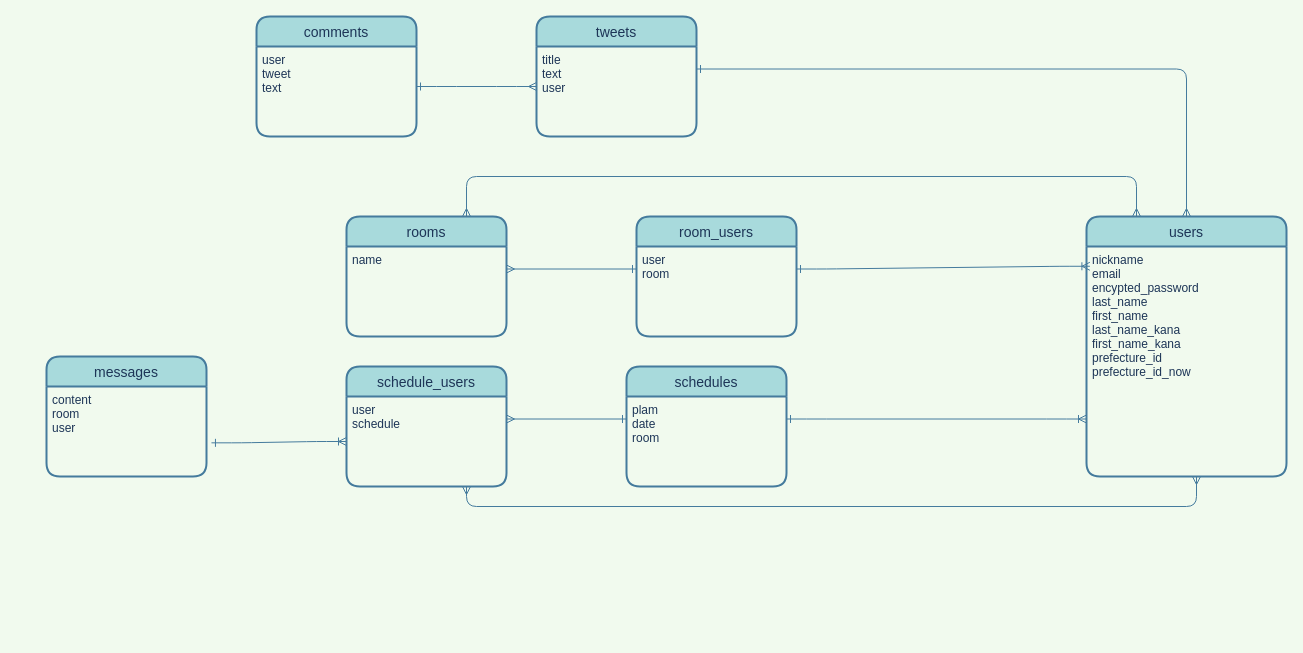
atumaru/second-house keeps this draw.io diagram as ER.dio. Above is the earlier version. Source tidied: cells renumbered, new cells numbered last; positions are measured from the earlier drawing's top-left corner, leaving out a move shared by most shapes. Both pictures are drawn from the tidied source at 100%, with x=0, y=0 at pixel (46, 16).
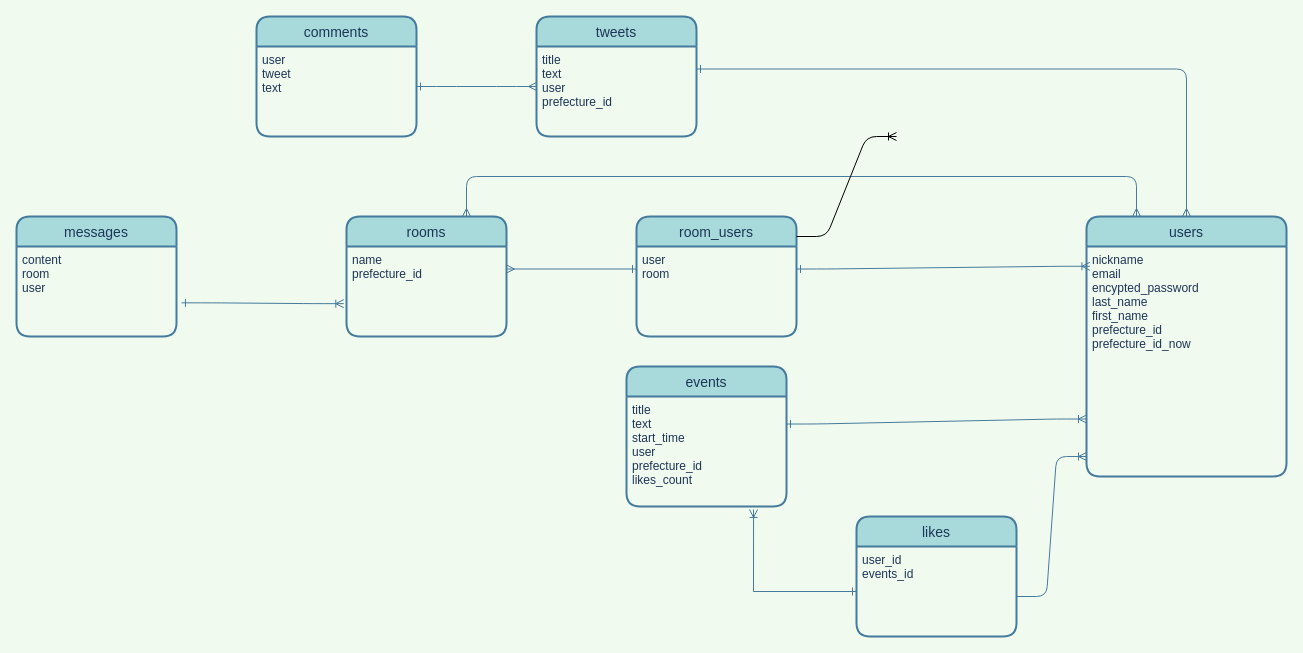
After the change.

The change refers to these unchanged cells:
```xml
<mxCell id="4" value="users" style="swimlane;horizontal=1;startSize=30;fontSize=14;fontStyle=0;strokeWidth=2;shadow=0;dashed=0;align=center;rounded=1;fillColor=#A8DADC;strokeColor=#457B9D;fontColor=#1D3557;" parent="1" vertex="1">
  <mxGeometry x="1040" y="200" width="200" height="260" as="geometry" />
</mxCell>
<mxCell id="6" value="tweets" style="swimlane;horizontal=1;startSize=30;fontSize=14;fontStyle=0;strokeWidth=2;shadow=0;dashed=0;align=center;rounded=1;fillColor=#A8DADC;strokeColor=#457B9D;fontColor=#1D3557;" parent="1" vertex="1">
  <mxGeometry x="490" width="160" height="120" as="geometry" />
</mxCell>
<mxCell id="9" value="rooms" style="swimlane;horizontal=1;startSize=30;fontSize=14;fontStyle=0;strokeWidth=2;shadow=0;dashed=0;align=center;rounded=1;fillColor=#A8DADC;strokeColor=#457B9D;fontColor=#1D3557;" parent="1" vertex="1">
  <mxGeometry x="300" y="200" width="160" height="120" as="geometry" />
</mxCell>
<mxCell id="14" value="content&#10;room&#10;user" style="align=left;strokeColor=none;fillColor=none;spacingLeft=4;fontSize=12;verticalAlign=top;rounded=1;fontColor=#1D3557;" parent="13" vertex="1">
  <mxGeometry y="30" width="160" height="90" as="geometry" />
</mxCell>
```

Diff of the diagram source:
```diff
@@
-    <mxCell id="5" value="nickname&#10;email&#10;encypted_password&#10;last_name&#10;first_name&#10;last_name_kana&#10;first_name_kana&#10;prefecture_id&#10;prefecture_id_now&#10;" style="align=left;strokeColor=none;fillColor=none;spacingLeft=4;fontSize=12;verticalAlign=top;rounded=1;fontColor=#1D3557;" parent="4" vertex="1">
+    <mxCell id="5" value="nickname&#10;email&#10;encypted_password&#10;last_name&#10;first_name&#10;prefecture_id&#10;prefecture_id_now&#10;" style="align=left;strokeColor=none;fillColor=none;spacingLeft=4;fontSize=12;verticalAlign=top;rounded=1;fontColor=#1D3557;" parent="4" vertex="1">
       <mxGeometry y="30" width="200" height="230" as="geometry" />
     </mxCell>
@@
-    <mxCell id="7" value="title&#10;text&#10;user" style="align=left;strokeColor=none;fillColor=none;spacingLeft=4;fontSize=12;verticalAlign=top;rounded=1;fontColor=#1D3557;" parent="6" vertex="1">
+    <mxCell id="7" value="title&#10;text&#10;user&#10;prefecture_id" style="align=left;strokeColor=none;fillColor=none;spacingLeft=4;fontSize=12;verticalAlign=top;rounded=1;fontColor=#1D3557;" parent="6" vertex="1">
       <mxGeometry y="30" width="160" height="90" as="geometry" />
     </mxCell>
@@
-    <mxCell id="10" value="name" style="align=left;strokeColor=none;fillColor=none;spacingLeft=4;fontSize=12;verticalAlign=top;rounded=1;fontColor=#1D3557;" parent="9" vertex="1">
+    <mxCell id="10" value="name&#10;prefecture_id" style="align=left;strokeColor=none;fillColor=none;spacingLeft=4;fontSize=12;verticalAlign=top;rounded=1;fontColor=#1D3557;" parent="9" vertex="1">
       <mxGeometry y="30" width="160" height="90" as="geometry" />
     </mxCell>
-    <mxCell id="11" value="schedules" style="swimlane;horizontal=1;startSize=30;fontSize=14;fontStyle=0;strokeWidth=2;shadow=0;dashed=0;align=center;rounded=1;fillColor=#A8DADC;strokeColor=#457B9D;fontColor=#1D3557;" parent="1" vertex="1">
-      <mxGeometry x="580" y="350" width="160" height="120" as="geometry" />
+    <mxCell id="11" value="events" style="swimlane;horizontal=1;startSize=30;fontSize=14;fontStyle=0;strokeWidth=2;shadow=0;dashed=0;align=center;rounded=1;fillColor=#A8DADC;strokeColor=#457B9D;fontColor=#1D3557;" parent="1" vertex="1">
+      <mxGeometry x="580" y="350" width="160" height="140" as="geometry" />
     </mxCell>
-    <mxCell id="12" value="plam&#10;date&#10;room" style="align=left;strokeColor=none;fillColor=none;spacingLeft=4;fontSize=12;verticalAlign=top;rounded=1;fontColor=#1D3557;" parent="11" vertex="1">
-      <mxGeometry y="30" width="160" height="90" as="geometry" />
+    <mxCell id="12" value="title&#10;text&#10;start_time&#10;user&#10;prefecture_id&#10;likes_count" style="align=left;strokeColor=none;fillColor=none;spacingLeft=4;fontSize=12;verticalAlign=top;rounded=1;fontColor=#1D3557;" parent="11" vertex="1">
+      <mxGeometry y="30" width="160" height="110" as="geometry" />
     </mxCell>
     <mxCell id="13" value="messages" style="swimlane;horizontal=1;startSize=30;fontSize=14;fontStyle=0;strokeWidth=2;shadow=0;dashed=0;align=center;rounded=1;fillColor=#A8DADC;strokeColor=#457B9D;fontColor=#1D3557;" parent="1" vertex="1">
-      <mxGeometry y="340" width="160" height="120" as="geometry" />
+      <mxGeometry x="-30" y="200" width="160" height="120" as="geometry" />
     </mxCell>
@@
-    <mxCell id="17" value="schedule_users" style="swimlane;horizontal=1;startSize=30;fontSize=14;fontStyle=0;strokeWidth=2;shadow=0;dashed=0;align=center;rounded=1;fillColor=#A8DADC;strokeColor=#457B9D;fontColor=#1D3557;" parent="1" vertex="1">
-      <mxGeometry x="300" y="350" width="160" height="120" as="geometry" />
-    </mxCell>
-    <mxCell id="18" value="user&#10;schedule" style="align=left;strokeColor=none;fillColor=none;spacingLeft=4;fontSize=12;verticalAlign=top;rounded=1;fontColor=#1D3557;" parent="17" vertex="1">
-      <mxGeometry y="30" width="160" height="90" as="geometry" />
-    </mxCell>
@@
-    <mxCell id="20" style="edgeStyle=entityRelationEdgeStyle;fontSize=12;html=1;endArrow=ERoneToMany;entryX=0;entryY=0.5;entryDx=0;entryDy=0;exitX=1.031;exitY=0.626;exitDx=0;exitDy=0;exitPerimeter=0;startArrow=ERone;startFill=0;labelBackgroundColor=#F1FAEE;strokeColor=#457B9D;fontColor=#1D3557;" parent="1" edge="1" source="14" target="18">
+    <mxCell id="20" style="edgeStyle=entityRelationEdgeStyle;fontSize=12;html=1;endArrow=ERoneToMany;entryX=-0.017;entryY=0.635;entryDx=0;entryDy=0;exitX=1.031;exitY=0.626;exitDx=0;exitDy=0;exitPerimeter=0;startArrow=ERone;startFill=0;labelBackgroundColor=#F1FAEE;strokeColor=#457B9D;fontColor=#1D3557;entryPerimeter=0;" parent="1" edge="1" source="14" target="10">
       <mxGeometry relative="1" as="geometry" />
     </mxCell>
@@
-    <mxCell id="23" style="edgeStyle=orthogonalEdgeStyle;rounded=1;jettySize=auto;html=1;exitX=0.75;exitY=1;exitDx=0;exitDy=0;endArrow=ERmany;endFill=0;horizontal=0;entryX=0.55;entryY=1;entryDx=0;entryDy=0;entryPerimeter=0;startArrow=ERmany;startFill=0;labelBackgroundColor=#F1FAEE;strokeColor=#457B9D;fontColor=#1D3557;" parent="1" edge="1" source="18" target="5">
-      <mxGeometry relative="1" as="geometry" />
-    </mxCell>
@@
-    <mxCell id="26" style="edgeStyle=orthogonalEdgeStyle;rounded=1;jettySize=auto;html=1;exitX=1;exitY=0.25;exitDx=0;exitDy=0;entryX=0;entryY=0.25;entryDx=0;entryDy=0;startArrow=ERmany;startFill=0;endArrow=ERone;endFill=0;labelBackgroundColor=#F1FAEE;strokeColor=#457B9D;fontColor=#1D3557;" parent="1" edge="1" source="18" target="12">
-      <mxGeometry relative="1" as="geometry" />
+    <mxCell id="26" value="likes" style="swimlane;horizontal=1;startSize=30;fontSize=14;fontStyle=0;strokeWidth=2;shadow=0;align=center;rounded=1;fillColor=#A8DADC;strokeColor=#457B9D;fontColor=#1D3557;" parent="1" vertex="1">
+      <mxGeometry x="810" y="500" width="160" height="120" as="geometry" />
     </mxCell>
+    <mxCell id="27" value="user_id&#10;events_id" style="align=left;strokeColor=none;fillColor=none;spacingLeft=4;fontSize=12;verticalAlign=top;rounded=1;fontColor=#1D3557;" parent="26" vertex="1">
+      <mxGeometry y="30" width="160" height="90" as="geometry" />
+    </mxCell>
+    <mxCell id="28" style="edgeStyle=entityRelationEdgeStyle;fontSize=12;html=1;endArrow=ERoneToMany;" parent="1" edge="1">
+      <mxGeometry relative="1" as="geometry">
+        <mxPoint x="750" y="220" as="sourcePoint" />
+        <mxPoint x="850" y="120" as="targetPoint" />
+      </mxGeometry>
+    </mxCell>
+    <mxCell id="29" style="edgeStyle=entityRelationEdgeStyle;fontSize=12;html=1;endArrow=ERoneToMany;entryX=0;entryY=0.913;entryDx=0;entryDy=0;entryPerimeter=0;strokeColor=#457B9D;" parent="1" edge="1" target="5">
+      <mxGeometry relative="1" as="geometry">
+        <mxPoint x="970" y="580" as="sourcePoint" />
+      </mxGeometry>
+    </mxCell>
+    <mxCell id="30" style="edgeStyle=orthogonalEdgeStyle;rounded=0;jettySize=auto;html=1;strokeColor=#457B9D;startArrow=ERone;startFill=0;endArrow=ERoneToMany;endFill=0;entryX=0.794;entryY=1.027;entryDx=0;entryDy=0;entryPerimeter=0;" parent="1" edge="1" source="27" target="12">
+      <mxGeometry relative="1" as="geometry" />
+    </mxCell>
```
